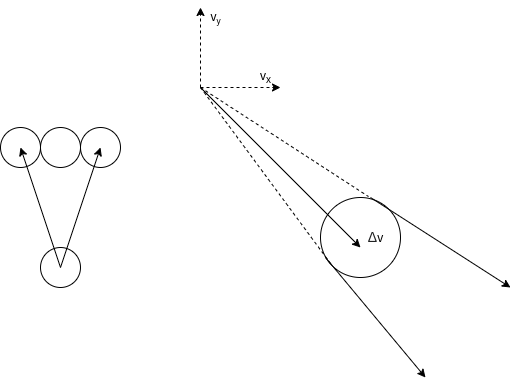
downflux/docs keeps this draw.io diagram as blog/orca_vo/assets/orca_vo_collision_cone.png. Above is the earlier version. Source tidied: cells renumbered, new cells last; positions are measured from the earlier drawing's top-left corner, leaving out a move shared by most shapes.
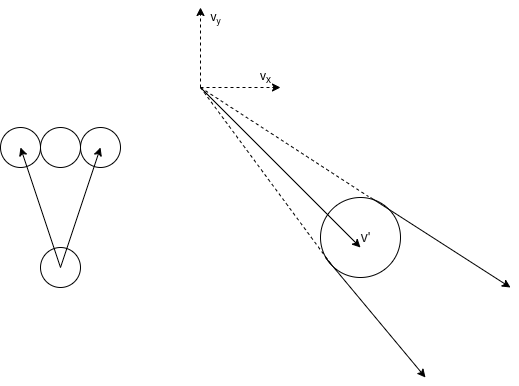
Later version of the same file.

Commit message:
Ensure figures have transparent backgrounds

Change to the diagram source:
```diff
@@ -80,8 +80,8 @@
     <mxCell id="19" value="v&lt;span style=&quot;font-size: 10px&quot;&gt;&lt;sub&gt;y&lt;/sub&gt;&lt;/span&gt;" style="text;html=1;align=center;verticalAlign=middle;strokeColor=none;fillColor=none;" parent="9" vertex="1">
       <mxGeometry width="30" height="20" as="geometry" />
     </mxCell>
-    <mxCell id="20" value="&lt;span style=&quot;color: rgb(32 , 33 , 34) ; font-family: sans-serif ; font-size: 14px&quot;&gt;Δ&lt;/span&gt;v" style="text;html=1;align=center;verticalAlign=middle;strokeColor=none;fillColor=none;" parent="9" vertex="1">
-      <mxGeometry x="160" y="220" width="30" height="20" as="geometry" />
+    <mxCell id="20" value="&lt;font color=&quot;#202122&quot; face=&quot;sans-serif&quot;&gt;&lt;span style=&quot;font-size: 14px&quot;&gt;v'&lt;/span&gt;&lt;/font&gt;" style="text;html=1;align=center;verticalAlign=middle;strokeColor=none;fillColor=none;" parent="9" vertex="1">
+      <mxGeometry x="150" y="220" width="30" height="20" as="geometry" />
     </mxCell>
   </root>
 </mxGraphModel>
```
